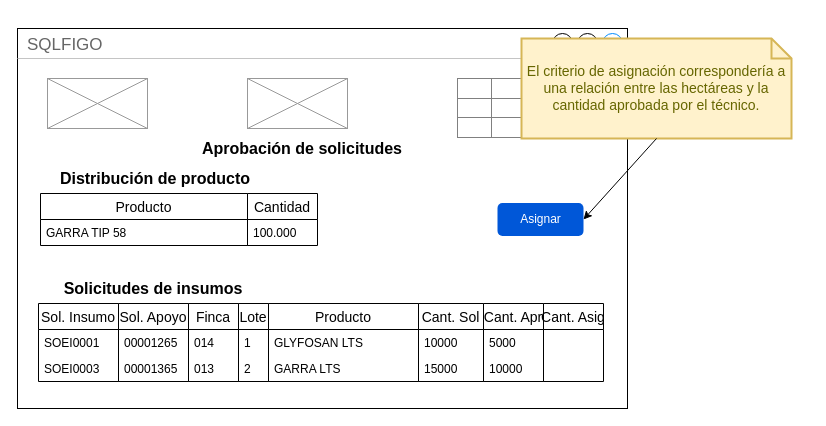
Earlier version of the draw.io diagram page "Sup - Page-1" (5 of 8) of automatización de oei.drawio (NeroAlfonso/draw_docs). Source tidied: cells renumbered, new cells numbered last; positions are measured from the earlier drawing's top-left corner, leaving out a move shared by most shapes. Both pictures are drawn from the tidied source at 100%, with x=0, y=0 at pixel (17, 28).
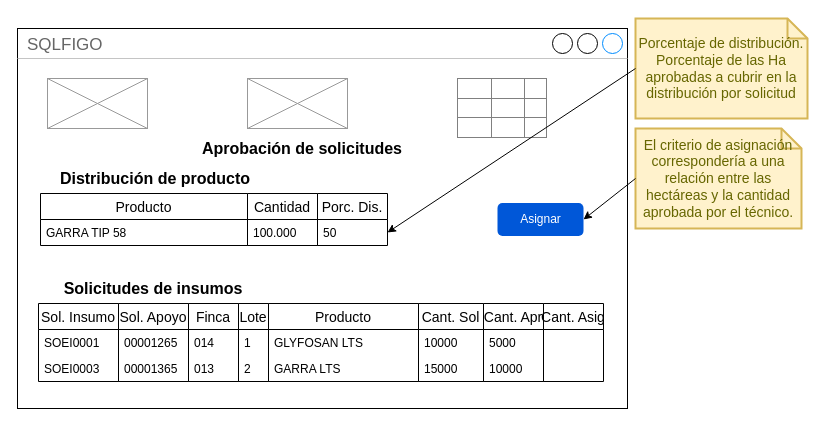
The same page after the edit.

Commit message:
porcentaje de distribución en pantalla de probación (figo)

The change refers to these unchanged cells:
```xml
<mxCell id="37" value="Asignar" style="rounded=1;fillColor=#0057D8;align=center;strokeColor=none;html=1;fontColor=#ffffff;fontSize=12;" parent="1" vertex="1">
  <mxGeometry x="480" y="174.5" width="86" height="33" as="geometry" />
</mxCell>
```

What changed in the source:
```diff
@@
     <mxCell id="38" value="El criterio de asignación correspondería a una relación entre las hectáreas y la cantidad aprobada por el técnico." style="shape=note;strokeWidth=2;fontSize=14;size=20;whiteSpace=wrap;html=1;fillColor=#fff2cc;strokeColor=#d6b656;fontColor=#666600;align=center;" parent="1" vertex="1">
-      <mxGeometry x="504" y="10" width="270" height="100" as="geometry" />
+      <mxGeometry x="618" y="100" width="166" height="100" as="geometry" />
     </mxCell>
-    <mxCell id="39" style="endArrow=classic;html=1;fontColor=#000000;exitX=0.5;exitY=1;exitDx=0;exitDy=0;exitPerimeter=0;entryX=1;entryY=0.5;entryDx=0;entryDy=0;" parent="1" edge="1" source="38" target="37">
+    <mxCell id="39" style="endArrow=classic;html=1;fontColor=#000000;exitX=0;exitY=0.5;exitDx=0;exitDy=0;exitPerimeter=0;entryX=1;entryY=0.5;entryDx=0;entryDy=0;" parent="1" edge="1" source="38" target="37">
       <mxGeometry relative="1" as="geometry" />
     </mxCell>
+    <mxCell id="40" value="Porc. Dis." style="swimlane;fontStyle=0;horizontal=1;startSize=26;align=center;fontSize=14;" parent="1" vertex="1">
+      <mxGeometry x="300" y="165" width="70" height="52" as="geometry" />
+    </mxCell>
+    <mxCell id="41" value="50" style="text;strokeColor=none;fillColor=none;spacingLeft=4;spacingRight=4;overflow=hidden;points=[[0,0.5],[1,0.5]];portConstraint=eastwest;fontSize=12;" parent="40" vertex="1">
+      <mxGeometry y="26" width="70" height="26" as="geometry" />
+    </mxCell>
+    <mxCell id="42" value="Porcentaje de distribución. Porcentaje de las Ha aprobadas a cubrir en la distribución por solicitud" style="shape=note;strokeWidth=2;fontSize=14;size=20;whiteSpace=wrap;html=1;fillColor=#fff2cc;strokeColor=#d6b656;fontColor=#666600;align=center;" parent="1" vertex="1">
+      <mxGeometry x="618" y="-10" width="172" height="100" as="geometry" />
+    </mxCell>
+    <mxCell id="43" style="endArrow=classic;html=1;fontColor=#000000;exitX=0;exitY=0.5;exitDx=0;exitDy=0;exitPerimeter=0;entryX=1;entryY=0.5;entryDx=0;entryDy=0;" parent="1" edge="1" source="42" target="41">
+      <mxGeometry relative="1" as="geometry" />
+    </mxCell>
```
